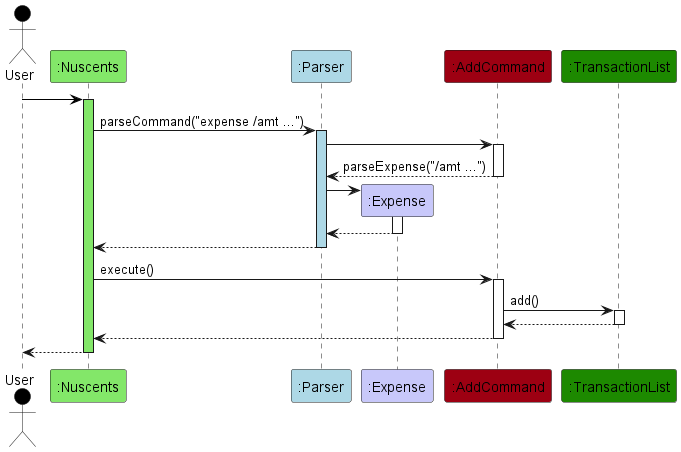
This is docs/images/AddTransactionSequenceDiagram.png from vvhuiling/tp, a PlantUML export, as it was before one commit.
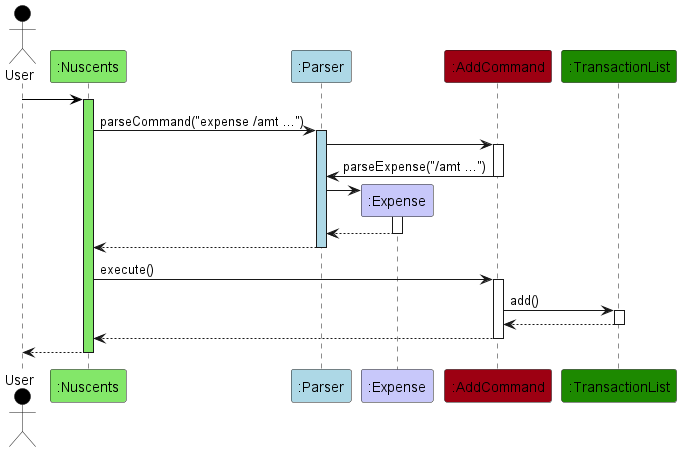
After the commit.

Commit message:
Rename add transaction sequence diagram

Change to the diagram source:
```diff
@@ -19,7 +19,7 @@
 parser -> AddCommand
 activate AddCommand
 
-AddCommand --> parser : parseExpense("/amt ...")
+AddCommand -> parser : parseExpense("/amt ...")
 deactivate AddCommand
 
 create expense
```
